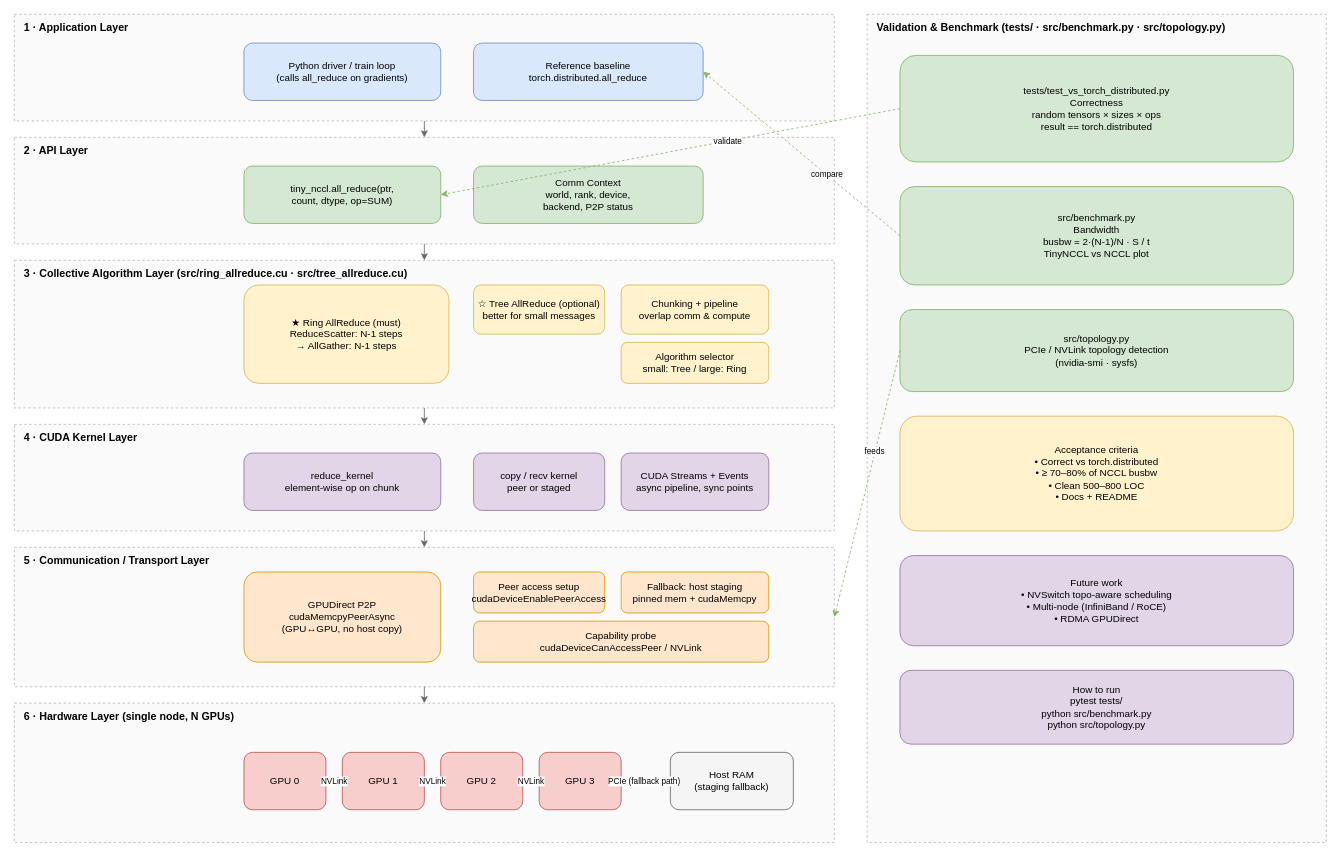
The draw.io diagram system-design/high-level-design.drawio in BV003/TinyNCCL, before the edit. Source tidied: cells renumbered, new cells numbered last; positions are measured from the earlier drawing's top-left corner, leaving out a move shared by most shapes. Both pictures are drawn from the tidied source at 82%, with x=0, y=0 at pixel (14, 14).
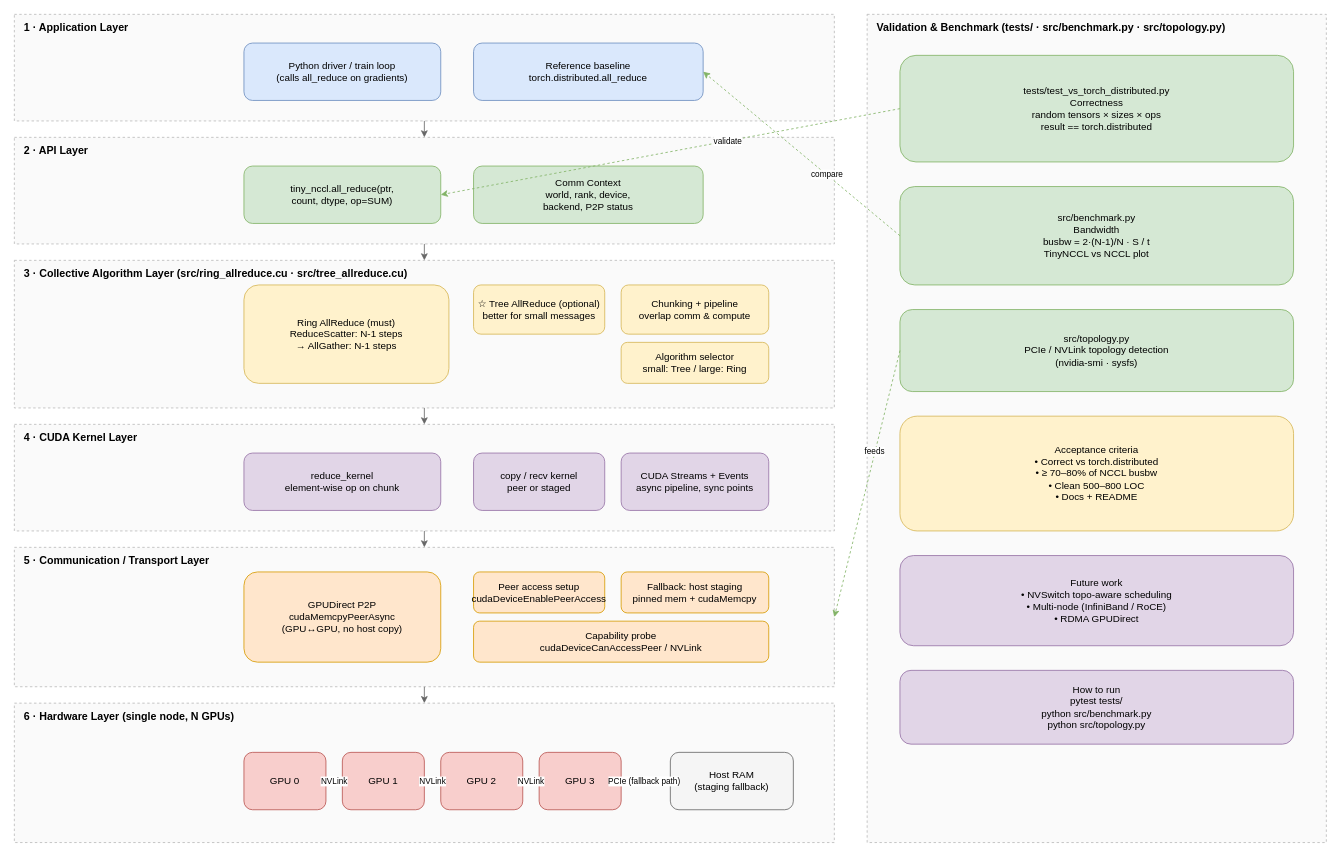
Above is the later version.

Commit message (it also covers changes not shown here):
Chore: add .gitignore; untrack macOS/drawio backups; refresh HLD diagram

The change refers to these unchanged cells:
```xml
<mxCell id="10" style="rounded=0;whiteSpace=wrap;html=1;verticalAlign=top;fillColor=#fafafa;strokeColor=#bbbbbb;dashed=1;" parent="1" vertex="1">
  <mxGeometry y="300" width="1000" height="180" as="geometry" />
</mxCell>
```

Diff of the diagram source:
```diff
@@
-    <mxCell id="12" value="★ Ring AllReduce (must)&lt;br&gt;ReduceScatter: N-1 steps&lt;br&gt;→ AllGather: N-1 steps" style="rounded=1;whiteSpace=wrap;html=1;fillColor=#fff2cc;strokeColor=#d6b656;verticalAlign=middle;align=center;fontSize=12;" parent="10" vertex="1">
+    <mxCell id="12" value="Ring AllReduce (must)&lt;br&gt;ReduceScatter: N-1 steps&lt;br&gt;→ AllGather: N-1 steps" style="rounded=1;whiteSpace=wrap;html=1;fillColor=#fff2cc;strokeColor=#d6b656;verticalAlign=middle;align=center;fontSize=12;" parent="10" vertex="1">
       <mxGeometry x="280" y="30" width="250" height="120" as="geometry" />
     </mxCell>
```
